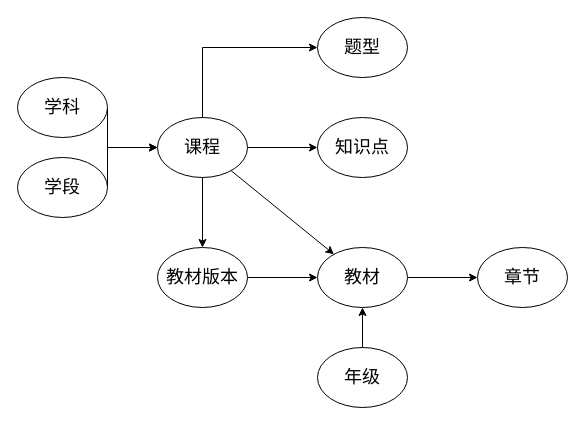
Above: img/题库字段关系图.drawio in li-fenglei/pic-bed (draw.io), before the change. Source tidied: cells renumbered, new cells numbered last; positions are measured from the earlier drawing's top-left corner, leaving out a move shared by most shapes. Both pictures are drawn from the tidied source at 100%, with x=0, y=0 at pixel (17, 17).
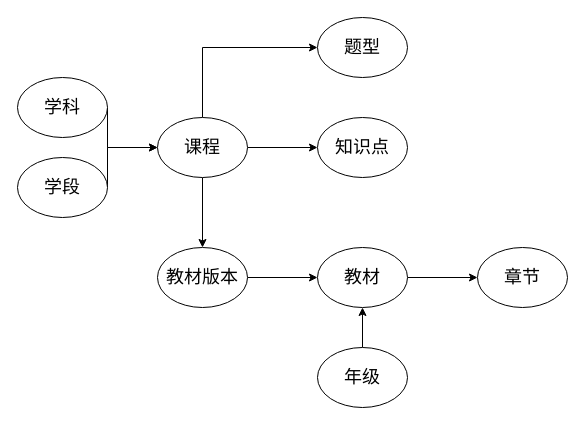
Above is the later version.

Commit message:
更新题库字段关系图.drawio

Unchanged cells that the change refers to:
```xml
<mxCell id="5" value="&lt;font style=&quot;font-size: 18px;&quot;&gt;课程&lt;/font&gt;" style="ellipse;whiteSpace=wrap;html=1;" parent="1" vertex="1">
  <mxGeometry x="140" y="100" width="90" height="60" as="geometry" />
</mxCell>
<mxCell id="8" value="&lt;font style=&quot;font-size: 18px;&quot;&gt;教材&lt;/font&gt;" style="ellipse;whiteSpace=wrap;html=1;" parent="1" vertex="1">
  <mxGeometry x="300" y="230" width="90" height="60" as="geometry" />
</mxCell>
```

Diff of the diagram source:
```diff
@@
-    <mxCell id="19" style="endArrow=classic;html=1;rounded=0;" parent="1" edge="1" source="5" target="8">
-      <mxGeometry relative="1" as="geometry" />
-    </mxCell>
```
